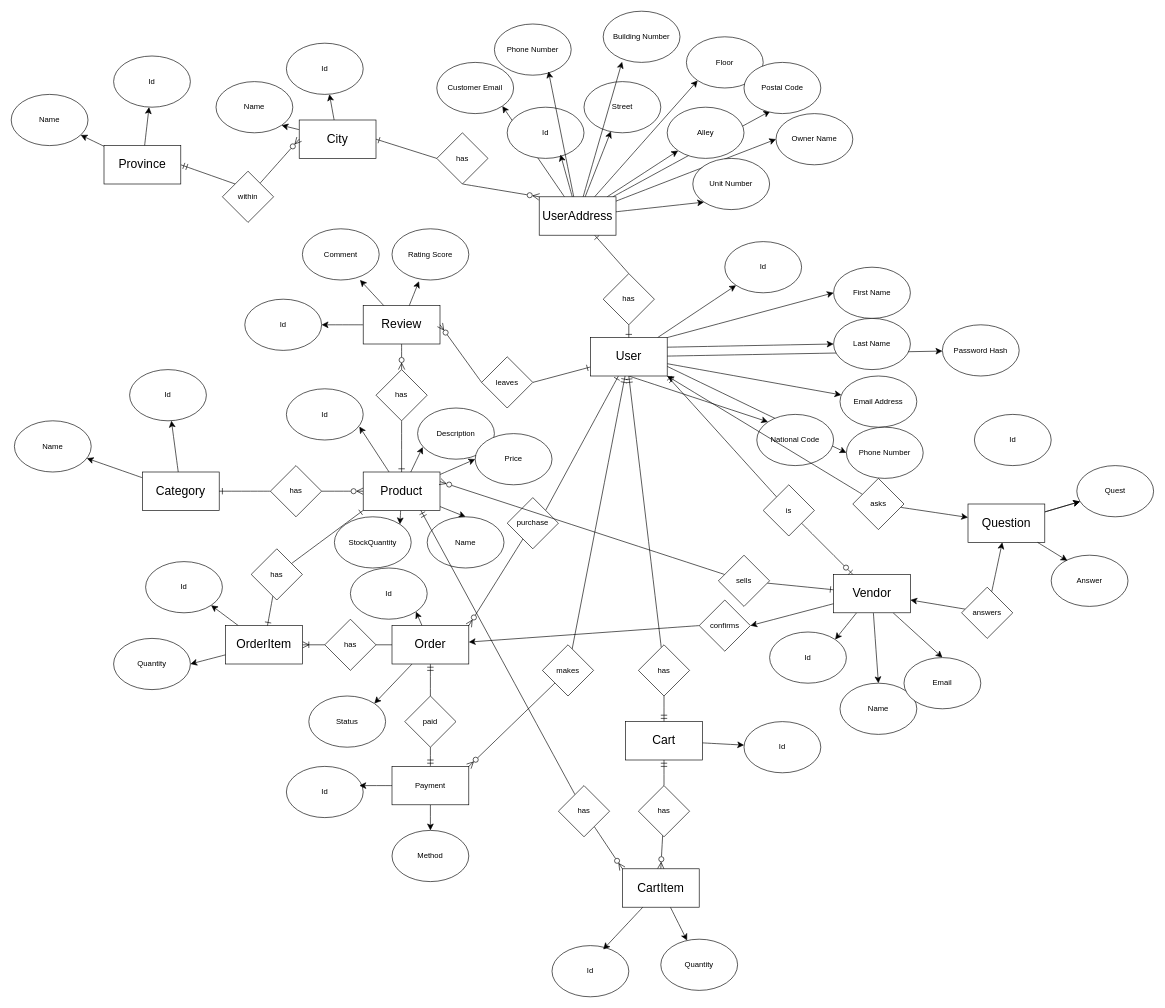
This is docs/database/erd.drawio from mohammadnazarkhani/E-Commerce-NETCore-REST-API, a draw.io file, before an edit. Source tidied: cells renumbered, new cells numbered last; positions are measured from the earlier drawing's top-left corner, leaving out a move shared by most shapes. Both pictures are drawn from the tidied source at 64%, with x=0, y=0 at pixel (11, 11).
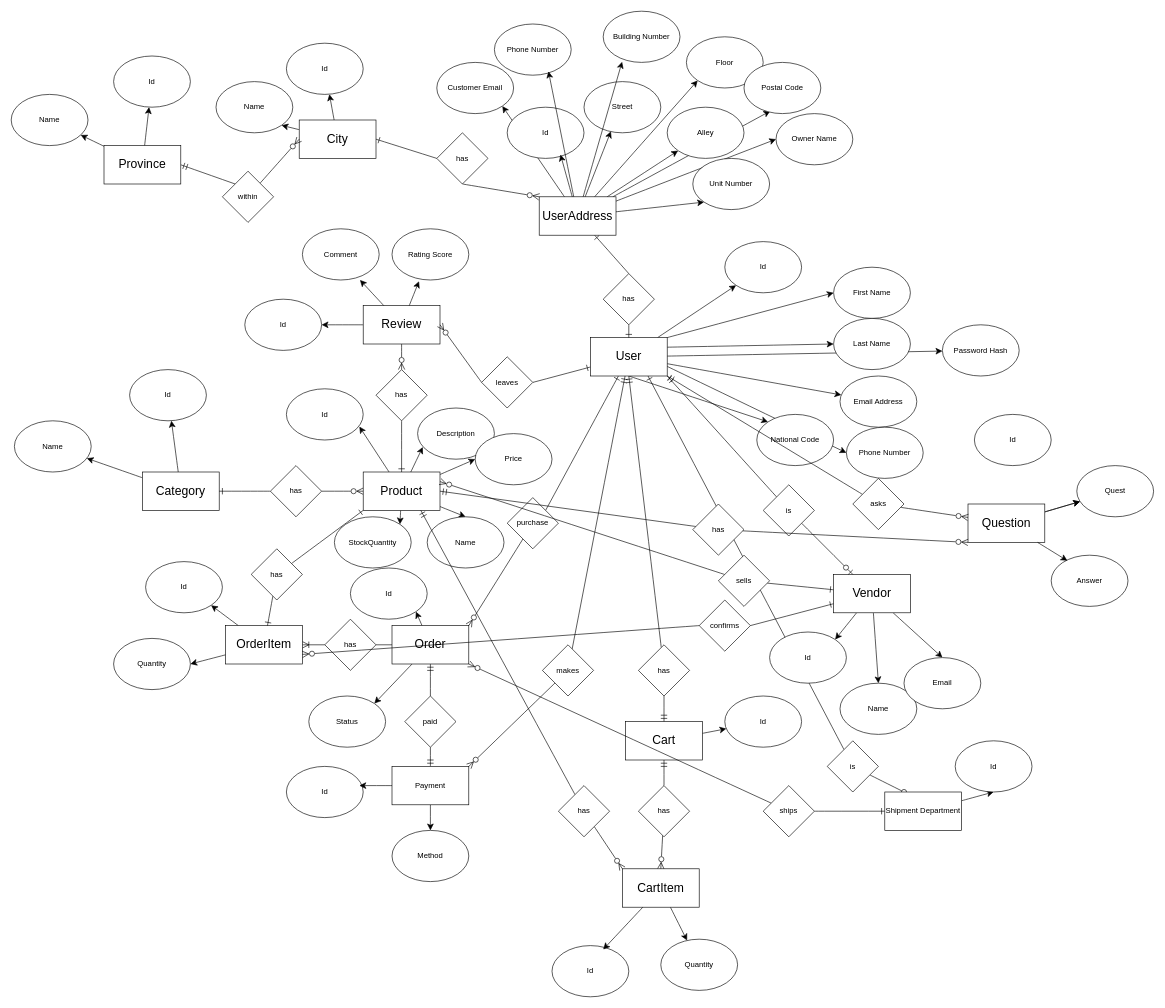
The same diagram, later.

Commit message (it also covers changes not shown here):
refactor: refactored erd diagram and added ShipmentDepartment entity and fixed some relations

The change refers to these unchanged cells:
```xml
<mxCell id="12" value="User" style="rounded=0;whiteSpace=wrap;html=1;fontSize=19;" parent="1" vertex="1">
  <mxGeometry x="905" y="510" width="120" height="60" as="geometry" />
</mxCell>
<mxCell id="34" value="Product" style="rounded=0;whiteSpace=wrap;html=1;fontSize=19;direction=west;verticalAlign=middle;" parent="1" vertex="1">
  <mxGeometry x="550" y="720" width="120" height="60" as="geometry" />
</mxCell>
<mxCell id="43" value="Vendor" style="rounded=0;whiteSpace=wrap;html=1;fontSize=19;" parent="1" vertex="1">
  <mxGeometry x="1285" y="880" width="120" height="60" as="geometry" />
</mxCell>
<mxCell id="46" value="Question" style="rounded=0;whiteSpace=wrap;html=1;fontSize=19;" parent="1" vertex="1">
  <mxGeometry x="1495" y="770" width="120" height="60" as="geometry" />
</mxCell>
<mxCell id="60" value="OrderItem" style="rounded=0;whiteSpace=wrap;html=1;fontSize=19;" parent="1" vertex="1">
  <mxGeometry x="335" y="960" width="120" height="60" as="geometry" />
</mxCell>
<mxCell id="64" value="Order" style="rounded=0;whiteSpace=wrap;html=1;fontSize=19;" parent="1" vertex="1">
  <mxGeometry x="595" y="960" width="120" height="60" as="geometry" />
</mxCell>
<mxCell id="92" value="asks" style="rhombus;whiteSpace=wrap;html=1;" parent="1" vertex="1">
  <mxGeometry x="1315" y="730" width="80" height="80" as="geometry" />
</mxCell>
<mxCell id="130" value="confirms" style="rhombus;whiteSpace=wrap;html=1;" parent="1" vertex="1">
  <mxGeometry x="1075" y="920" width="80" height="80" as="geometry" />
</mxCell>
```

Change to the diagram source:
```diff
@@
-    <mxCell id="39" style="edgeStyle=none;curved=1;rounded=0;jettySize=auto;html=1;entryX=1;entryY=0.5;entryDx=0;entryDy=0;fontSize=12;startSize=8;endSize=8;" parent="1" edge="1" source="43" target="130">
+    <mxCell id="39" style="edgeStyle=none;curved=1;rounded=0;jettySize=auto;html=1;entryX=1;entryY=0.5;entryDx=0;entryDy=0;fontSize=12;startSize=8;endSize=8;endArrow=none;startFill=0;startArrow=ERone;" parent="1" edge="1" source="43" target="130">
       <mxGeometry relative="1" as="geometry" />
     </mxCell>
@@
+    <mxCell id="167" style="edgeStyle=none;curved=1;rounded=0;jettySize=auto;html=1;fontSize=12;startSize=8;endSize=8;endArrow=ERone;endFill=0;" parent="1" edge="1" source="169" target="177">
+      <mxGeometry relative="1" as="geometry" />
+    </mxCell>
+    <mxCell id="168" style="edgeStyle=none;curved=1;rounded=0;jettySize=auto;html=1;entryX=1;entryY=1;entryDx=0;entryDy=0;fontSize=12;startSize=8;endSize=8;endArrow=ERzeroToMany;endFill=0;" parent="1" edge="1" source="169" target="64">
+      <mxGeometry relative="1" as="geometry" />
+    </mxCell>
+    <mxCell id="169" value="ships" style="rhombus;whiteSpace=wrap;html=1;" parent="1" vertex="1">
+      <mxGeometry x="1175" y="1210" width="80" height="80" as="geometry" />
+    </mxCell>
+    <mxCell id="170" style="edgeStyle=none;curved=1;rounded=0;jettySize=auto;html=1;entryX=0.25;entryY=0;entryDx=0;entryDy=0;fontSize=12;startSize=8;endSize=8;endArrow=oval;endFill=0;" parent="1" edge="1" source="172" target="177">
+      <mxGeometry relative="1" as="geometry" />
+    </mxCell>
+    <mxCell id="171" style="edgeStyle=none;curved=1;rounded=0;jettySize=auto;html=1;entryX=0.75;entryY=1;entryDx=0;entryDy=0;fontSize=12;startSize=8;endSize=8;endArrow=ERone;endFill=0;" parent="1" edge="1" source="172" target="12">
+      <mxGeometry relative="1" as="geometry" />
+    </mxCell>
+    <mxCell id="172" value="is" style="rhombus;whiteSpace=wrap;html=1;" parent="1" vertex="1">
+      <mxGeometry x="1275" y="1140" width="80" height="80" as="geometry" />
+    </mxCell>
@@
+    <mxCell id="173" style="edgeStyle=none;curved=1;rounded=0;jettySize=auto;html=1;entryX=0;entryY=0.5;entryDx=0;entryDy=0;fontSize=12;startSize=8;endSize=8;endArrow=ERmandOne;endFill=0;" parent="1" edge="1" source="174" target="34">
+      <mxGeometry relative="1" as="geometry" />
+    </mxCell>
+    <mxCell id="174" value="has" style="rhombus;whiteSpace=wrap;html=1;" parent="1" vertex="1">
+      <mxGeometry x="1065" y="770" width="80" height="80" as="geometry" />
+    </mxCell>
-    <mxCell id="90" style="edgeStyle=none;curved=1;rounded=0;jettySize=auto;html=1;fontSize=12;startSize=8;endSize=8;" parent="1" edge="1" source="92" target="46">
+    <mxCell id="90" style="edgeStyle=none;curved=1;rounded=0;jettySize=auto;html=1;fontSize=12;startSize=8;endSize=8;endArrow=ERzeroToMany;endFill=0;" parent="1" edge="1" source="92" target="46">
       <mxGeometry relative="1" as="geometry" />
     </mxCell>
-    <mxCell id="91" style="edgeStyle=none;curved=1;rounded=0;jettySize=auto;html=1;entryX=1;entryY=1;entryDx=0;entryDy=0;fontSize=12;startSize=8;endSize=8;" parent="1" edge="1" source="92" target="12">
+    <mxCell id="91" style="edgeStyle=none;curved=1;rounded=0;jettySize=auto;html=1;entryX=1;entryY=1;entryDx=0;entryDy=0;fontSize=12;startSize=8;endSize=8;endArrow=ERmandOne;endFill=0;" parent="1" edge="1" source="92" target="12">
       <mxGeometry relative="1" as="geometry" />
     </mxCell>
@@
-    <mxCell id="93" style="edgeStyle=none;curved=1;rounded=0;jettySize=auto;html=1;fontSize=12;startSize=8;endSize=8;" parent="1" edge="1" source="95" target="43">
-      <mxGeometry relative="1" as="geometry" />
-    </mxCell>
-    <mxCell id="94" style="edgeStyle=none;curved=1;rounded=0;jettySize=auto;html=1;fontSize=12;startSize=8;endSize=8;" parent="1" edge="1" source="95" target="46">
-      <mxGeometry relative="1" as="geometry" />
-    </mxCell>
-    <mxCell id="95" value="answers" style="rhombus;whiteSpace=wrap;html=1;" parent="1" vertex="1">
-      <mxGeometry x="1485" y="900" width="80" height="80" as="geometry" />
-    </mxCell>
@@
-    <mxCell id="129" style="edgeStyle=none;curved=1;rounded=0;jettySize=auto;html=1;exitX=0;exitY=0.5;exitDx=0;exitDy=0;fontSize=12;startSize=8;endSize=8;" parent="1" edge="1" source="130" target="64">
+    <mxCell id="129" style="edgeStyle=none;curved=1;rounded=0;jettySize=auto;html=1;exitX=0;exitY=0.5;exitDx=0;exitDy=0;fontSize=12;startSize=8;endSize=8;entryX=1;entryY=0.75;entryDx=0;entryDy=0;endArrow=ERzeroToMany;endFill=0;" parent="1" edge="1" source="130" target="60">
       <mxGeometry relative="1" as="geometry" />
     </mxCell>
@@
     <mxCell id="152" value="Id" style="ellipse;whiteSpace=wrap;html=1;" parent="1" vertex="1">
-      <mxGeometry x="1145" y="1110" width="120" height="80" as="geometry" />
+      <mxGeometry x="1115" y="1070" width="120" height="80" as="geometry" />
     </mxCell>
@@
+    <mxCell id="175" style="edgeStyle=none;curved=1;rounded=0;jettySize=auto;html=1;fontSize=12;startSize=8;endSize=8;entryX=0;entryY=1;entryDx=0;entryDy=0;endArrow=ERzeroToMany;endFill=0;" parent="1" edge="1" source="174" target="46">
+      <mxGeometry relative="1" as="geometry" />
+    </mxCell>
+    <mxCell id="176" style="edgeStyle=none;curved=1;rounded=0;jettySize=auto;html=1;entryX=0.5;entryY=1;entryDx=0;entryDy=0;fontSize=12;startSize=8;endSize=8;" parent="1" edge="1" source="177" target="178">
+      <mxGeometry relative="1" as="geometry" />
+    </mxCell>
+    <mxCell id="177" value="Shipment Department" style="rounded=0;whiteSpace=wrap;html=1;" parent="1" vertex="1">
+      <mxGeometry x="1365" y="1220" width="120" height="60" as="geometry" />
+    </mxCell>
+    <mxCell id="178" value="Id" style="ellipse;whiteSpace=wrap;html=1;" parent="1" vertex="1">
+      <mxGeometry x="1475" y="1140" width="120" height="80" as="geometry" />
+    </mxCell>
```
